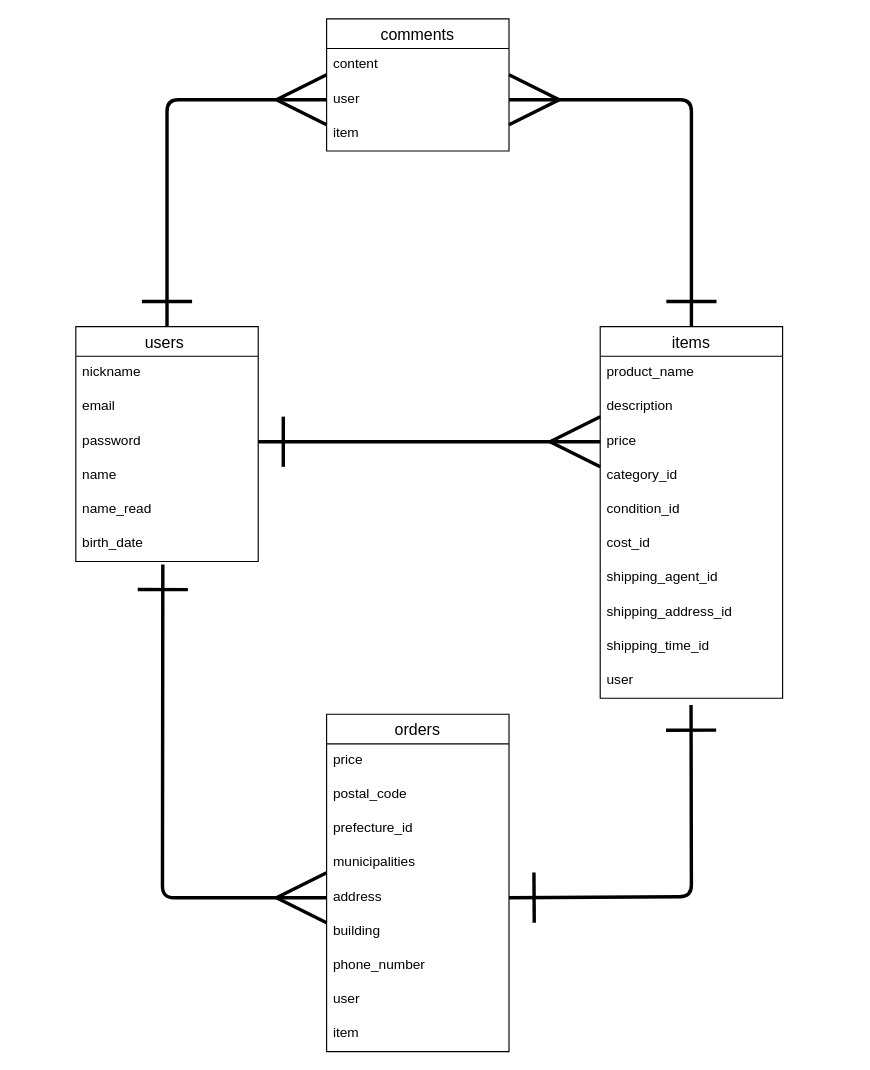
Before: ER.dio in umetoyama/furima-37362, a draw.io diagram. Source tidied: cells renumbered, new cells numbered last; positions are measured from the earlier drawing's top-left corner, leaving out a move shared by most shapes. Both pictures are drawn from the tidied source at 114%, with x=0, y=0 at pixel (75, 18).
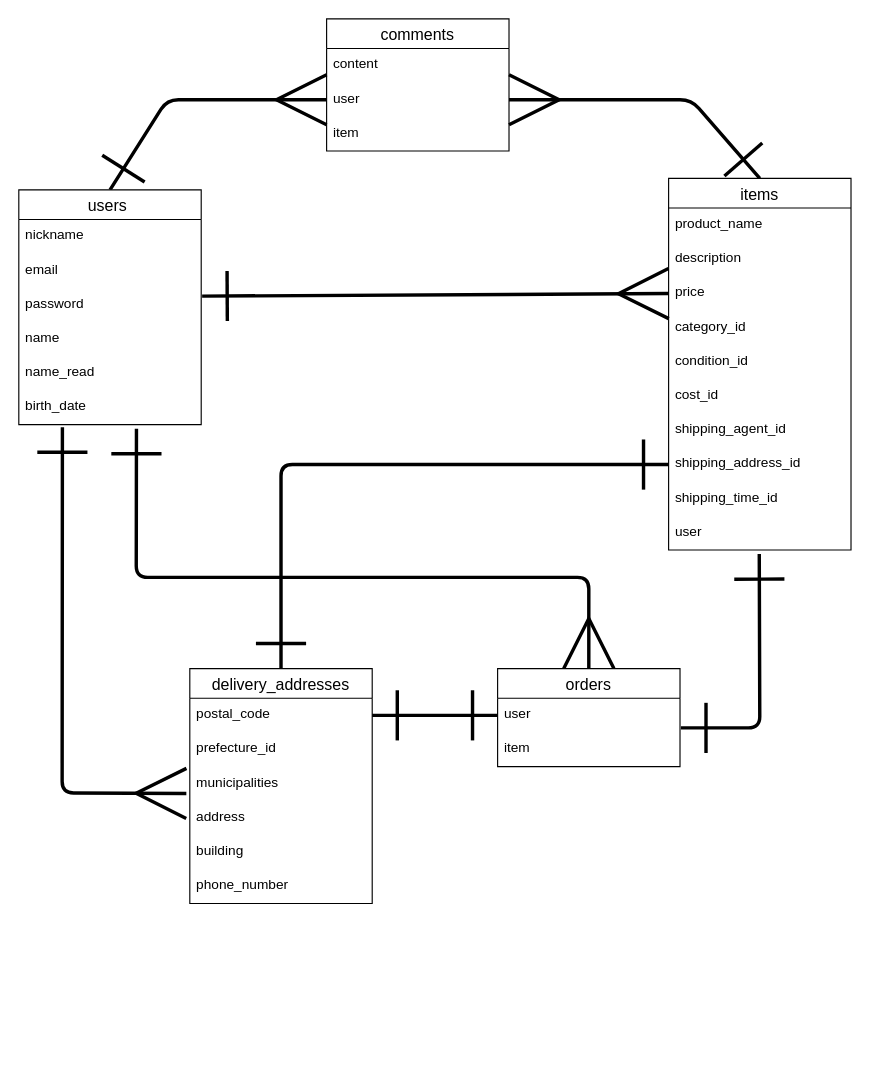
The same page after the edit.

Commit message (it also covers changes not shown here):
データベース設計 修正#1

The change refers to these unchanged cells:
```xml
<mxCell id="6" value="password" style="text;strokeColor=none;fillColor=none;spacingLeft=4;spacingRight=4;overflow=hidden;points=[[0,0.5],[1,0.5]];portConstraint=eastwest;fontSize=12;" parent="3" vertex="1">
  <mxGeometry y="86" width="160" height="30" as="geometry" />
</mxCell>
<mxCell id="9" value="birth_date" style="text;strokeColor=none;fillColor=none;spacingLeft=4;spacingRight=4;overflow=hidden;points=[[0,0.5],[1,0.5]];portConstraint=eastwest;fontSize=12;" parent="3" vertex="1">
  <mxGeometry y="176" width="160" height="30" as="geometry" />
</mxCell>
<mxCell id="14" value="price" style="text;strokeColor=none;fillColor=none;spacingLeft=4;spacingRight=4;overflow=hidden;points=[[0,0.5],[1,0.5]];portConstraint=eastwest;fontSize=12;" parent="11" vertex="1">
  <mxGeometry y="86" width="160" height="30" as="geometry" />
</mxCell>
<mxCell id="19" value="shipping_address_id" style="text;strokeColor=none;fillColor=none;spacingLeft=4;spacingRight=4;overflow=hidden;points=[[0,0.5],[1,0.5]];portConstraint=eastwest;fontSize=12;" parent="11" vertex="1">
  <mxGeometry y="236" width="160" height="30" as="geometry" />
</mxCell>
<mxCell id="21" value="user" style="text;strokeColor=none;fillColor=none;spacingLeft=4;spacingRight=4;overflow=hidden;points=[[0,0.5],[1,0.5]];portConstraint=eastwest;fontSize=12;" parent="11" vertex="1">
  <mxGeometry y="296" width="160" height="30" as="geometry" />
</mxCell>
```

Diff of the diagram source:
```diff
@@
+    <mxCell id="39" style="edgeStyle=none;html=1;exitX=0.645;exitY=1.117;exitDx=0;exitDy=0;startArrow=ERone;startFill=0;endArrow=ERmany;endFill=0;startSize=40;endSize=40;strokeWidth=3;exitPerimeter=0;entryX=0.5;entryY=0;entryDx=0;entryDy=0;" parent="1" edge="1" source="9" target="26">
+      <mxGeometry relative="1" as="geometry">
+        <Array as="points">
+          <mxPoint x="53" y="490" />
+          <mxPoint x="450" y="490" />
+        </Array>
+      </mxGeometry>
+    </mxCell>
     <mxCell id="3" value="users " style="swimlane;fontStyle=0;horizontal=1;startSize=26;align=center;fontSize=14;" parent="1" vertex="1">
-      <mxGeometry y="270" width="160" height="206" as="geometry" />
+      <mxGeometry x="-50" y="150" width="160" height="206" as="geometry" />
     </mxCell>
@@
     <mxCell id="11" value="items" style="swimlane;fontStyle=0;horizontal=1;startSize=26;align=center;fontSize=14;" parent="1" vertex="1">
-      <mxGeometry x="460" y="270" width="160" height="326" as="geometry" />
+      <mxGeometry x="520" y="140" width="160" height="326" as="geometry" />
     </mxCell>
@@
     <mxCell id="26" value="orders" style="swimlane;fontStyle=0;horizontal=1;startSize=26;align=center;fontSize=14;" parent="1" vertex="1">
-      <mxGeometry x="220" y="610" width="160" height="296" as="geometry" />
+      <mxGeometry x="370" y="570" width="160" height="86" as="geometry" />
     </mxCell>
-    <mxCell id="27" value="price" style="text;strokeColor=none;fillColor=none;spacingLeft=4;spacingRight=4;overflow=hidden;fontSize=12;" parent="26" vertex="1">
-      <mxGeometry y="26" width="160" height="30" as="geometry" />
-    </mxCell>
+    <mxCell id="34" value="user" style="text;strokeColor=none;fillColor=none;spacingLeft=4;spacingRight=4;overflow=hidden;points=[[0,0.5],[1,0.5]];portConstraint=eastwest;fontSize=12;" parent="26" vertex="1">
+      <mxGeometry y="26" width="160" height="30" as="geometry" />
+    </mxCell>
+    <mxCell id="35" value="item" style="text;strokeColor=none;fillColor=none;spacingLeft=4;spacingRight=4;overflow=hidden;points=[[0,0.5],[1,0.5]];portConstraint=eastwest;fontSize=12;" parent="26" vertex="1">
+      <mxGeometry y="56" width="160" height="30" as="geometry" />
+    </mxCell>
+    <mxCell id="36" style="edgeStyle=none;html=1;exitX=1.005;exitY=0.242;exitDx=0;exitDy=0;entryX=0;entryY=0.5;entryDx=0;entryDy=0;endArrow=ERmany;endFill=0;strokeWidth=3;endSize=40;startArrow=ERone;startFill=0;startSize=40;exitPerimeter=0;" parent="1" edge="1" source="6" target="14">
+      <mxGeometry relative="1" as="geometry" />
+    </mxCell>
+    <mxCell id="40" value="delivery_addresses" style="swimlane;fontStyle=0;horizontal=1;startSize=26;align=center;fontSize=14;" parent="1" vertex="1">
+      <mxGeometry x="100" y="570" width="160" height="206" as="geometry" />
+    </mxCell>
-    <mxCell id="28" value="postal_code" style="text;strokeColor=none;fillColor=none;spacingLeft=4;spacingRight=4;overflow=hidden;points=[[0,0.5],[1,0.5]];portConstraint=eastwest;fontSize=12;" parent="26" vertex="1">
-      <mxGeometry y="56" width="160" height="30" as="geometry" />
+    <mxCell id="28" value="postal_code" style="text;strokeColor=none;fillColor=none;spacingLeft=4;spacingRight=4;overflow=hidden;points=[[0,0.5],[1,0.5]];portConstraint=eastwest;fontSize=12;" parent="40" vertex="1">
+      <mxGeometry y="26" width="160" height="30" as="geometry" />
     </mxCell>
-    <mxCell id="29" value="prefecture_id" style="text;strokeColor=none;fillColor=none;spacingLeft=4;spacingRight=4;overflow=hidden;fontSize=12;" parent="26" vertex="1">
-      <mxGeometry y="86" width="160" height="30" as="geometry" />
+    <mxCell id="29" value="prefecture_id" style="text;strokeColor=none;fillColor=none;spacingLeft=4;spacingRight=4;overflow=hidden;fontSize=12;" parent="40" vertex="1">
+      <mxGeometry y="56" width="160" height="30" as="geometry" />
     </mxCell>
-    <mxCell id="30" value="municipalities" style="text;strokeColor=none;fillColor=none;spacingLeft=4;spacingRight=4;overflow=hidden;points=[[0,0.5],[1,0.5]];portConstraint=eastwest;fontSize=12;" parent="26" vertex="1">
-      <mxGeometry y="116" width="160" height="30" as="geometry" />
+    <mxCell id="30" value="municipalities" style="text;strokeColor=none;fillColor=none;spacingLeft=4;spacingRight=4;overflow=hidden;points=[[0,0.5],[1,0.5]];portConstraint=eastwest;fontSize=12;" parent="40" vertex="1">
+      <mxGeometry y="86" width="160" height="30" as="geometry" />
     </mxCell>
-    <mxCell id="31" value="address" style="text;strokeColor=none;fillColor=none;spacingLeft=4;spacingRight=4;overflow=hidden;points=[[0,0.5],[1,0.5]];portConstraint=eastwest;fontSize=12;" parent="26" vertex="1">
-      <mxGeometry y="146" width="160" height="30" as="geometry" />
+    <mxCell id="31" value="address" style="text;strokeColor=none;fillColor=none;spacingLeft=4;spacingRight=4;overflow=hidden;points=[[0,0.5],[1,0.5]];portConstraint=eastwest;fontSize=12;" parent="40" vertex="1">
+      <mxGeometry y="116" width="160" height="30" as="geometry" />
     </mxCell>
-    <mxCell id="32" value="building" style="text;strokeColor=none;fillColor=none;spacingLeft=4;spacingRight=4;overflow=hidden;fontSize=12;" parent="26" vertex="1">
-      <mxGeometry y="176" width="160" height="30" as="geometry" />
+    <mxCell id="32" value="building" style="text;strokeColor=none;fillColor=none;spacingLeft=4;spacingRight=4;overflow=hidden;fontSize=12;" parent="40" vertex="1">
+      <mxGeometry y="146" width="160" height="30" as="geometry" />
     </mxCell>
-    <mxCell id="33" value="phone_number" style="text;strokeColor=none;fillColor=none;spacingLeft=4;spacingRight=4;overflow=hidden;fontSize=12;" parent="26" vertex="1">
-      <mxGeometry y="206" width="160" height="30" as="geometry" />
+    <mxCell id="33" value="phone_number" style="text;strokeColor=none;fillColor=none;spacingLeft=4;spacingRight=4;overflow=hidden;fontSize=12;" parent="40" vertex="1">
+      <mxGeometry y="176" width="160" height="30" as="geometry" />
     </mxCell>
-    <mxCell id="34" value="user" style="text;strokeColor=none;fillColor=none;spacingLeft=4;spacingRight=4;overflow=hidden;points=[[0,0.5],[1,0.5]];portConstraint=eastwest;fontSize=12;" parent="26" vertex="1">
-      <mxGeometry y="236" width="160" height="30" as="geometry" />
-    </mxCell>
-    <mxCell id="35" value="item" style="text;strokeColor=none;fillColor=none;spacingLeft=4;spacingRight=4;overflow=hidden;points=[[0,0.5],[1,0.5]];portConstraint=eastwest;fontSize=12;" parent="26" vertex="1">
-      <mxGeometry y="266" width="160" height="30" as="geometry" />
-    </mxCell>
-    <mxCell id="36" style="edgeStyle=none;html=1;exitX=1;exitY=0.5;exitDx=0;exitDy=0;entryX=0;entryY=0.5;entryDx=0;entryDy=0;endArrow=ERmany;endFill=0;strokeWidth=3;endSize=40;startArrow=ERone;startFill=0;startSize=40;" parent="1" edge="1" source="6" target="14">
-      <mxGeometry relative="1" as="geometry" />
-    </mxCell>
-    <mxCell id="37" style="edgeStyle=none;html=1;exitX=0.477;exitY=1.089;exitDx=0;exitDy=0;startArrow=ERone;startFill=0;endArrow=ERmany;endFill=0;startSize=40;endSize=40;strokeWidth=3;exitPerimeter=0;entryX=0;entryY=0.5;entryDx=0;entryDy=0;" parent="1" edge="1" source="9" target="31">
-      <mxGeometry relative="1" as="geometry">
-        <Array as="points">
-          <mxPoint x="76" y="771" />
-        </Array>
-      </mxGeometry>
-    </mxCell>
-    <mxCell id="38" style="edgeStyle=none;html=1;exitX=0.498;exitY=1.2;exitDx=0;exitDy=0;startArrow=ERone;startFill=0;endArrow=ERone;endFill=0;startSize=40;endSize=40;strokeWidth=3;exitPerimeter=0;entryX=1;entryY=0.5;entryDx=0;entryDy=0;" parent="1" edge="1" source="21" target="31">
-      <mxGeometry relative="1" as="geometry">
-        <Array as="points">
-          <mxPoint x="540" y="770" />
-        </Array>
-      </mxGeometry>
-    </mxCell>
+    <mxCell id="41" style="edgeStyle=none;html=1;exitX=0.497;exitY=1.117;exitDx=0;exitDy=0;entryX=1.005;entryY=-0.133;entryDx=0;entryDy=0;entryPerimeter=0;startArrow=ERone;startFill=0;endArrow=ERone;endFill=0;startSize=40;endSize=40;strokeWidth=3;exitPerimeter=0;" parent="1" edge="1" source="21" target="35">
+      <mxGeometry relative="1" as="geometry">
+        <Array as="points">
+          <mxPoint x="600" y="622" />
+        </Array>
+      </mxGeometry>
+    </mxCell>
+    <mxCell id="42" style="edgeStyle=none;html=1;exitX=0.239;exitY=1.075;exitDx=0;exitDy=0;entryX=-0.019;entryY=0.783;entryDx=0;entryDy=0;entryPerimeter=0;startArrow=ERone;startFill=0;endArrow=ERmany;endFill=0;startSize=40;endSize=40;strokeWidth=3;exitPerimeter=0;" parent="1" edge="1" source="9" target="30">
+      <mxGeometry relative="1" as="geometry">
+        <Array as="points">
+          <mxPoint x="-12" y="679" />
+        </Array>
+      </mxGeometry>
+    </mxCell>
+    <mxCell id="43" style="edgeStyle=none;html=1;exitX=0;exitY=0.5;exitDx=0;exitDy=0;entryX=0.5;entryY=0;entryDx=0;entryDy=0;startArrow=ERone;startFill=0;endArrow=ERone;endFill=0;startSize=40;endSize=40;strokeWidth=3;" parent="1" edge="1" source="19" target="40">
+      <mxGeometry relative="1" as="geometry">
+        <Array as="points">
+          <mxPoint x="180" y="391" />
+        </Array>
+      </mxGeometry>
+    </mxCell>
+    <mxCell id="44" style="edgeStyle=none;html=1;exitX=0;exitY=0.5;exitDx=0;exitDy=0;entryX=1;entryY=0.5;entryDx=0;entryDy=0;startArrow=ERone;startFill=0;endArrow=ERone;endFill=0;startSize=40;endSize=40;strokeWidth=3;" parent="1" edge="1" source="34" target="28">
+      <mxGeometry relative="1" as="geometry" />
+    </mxCell>
```
